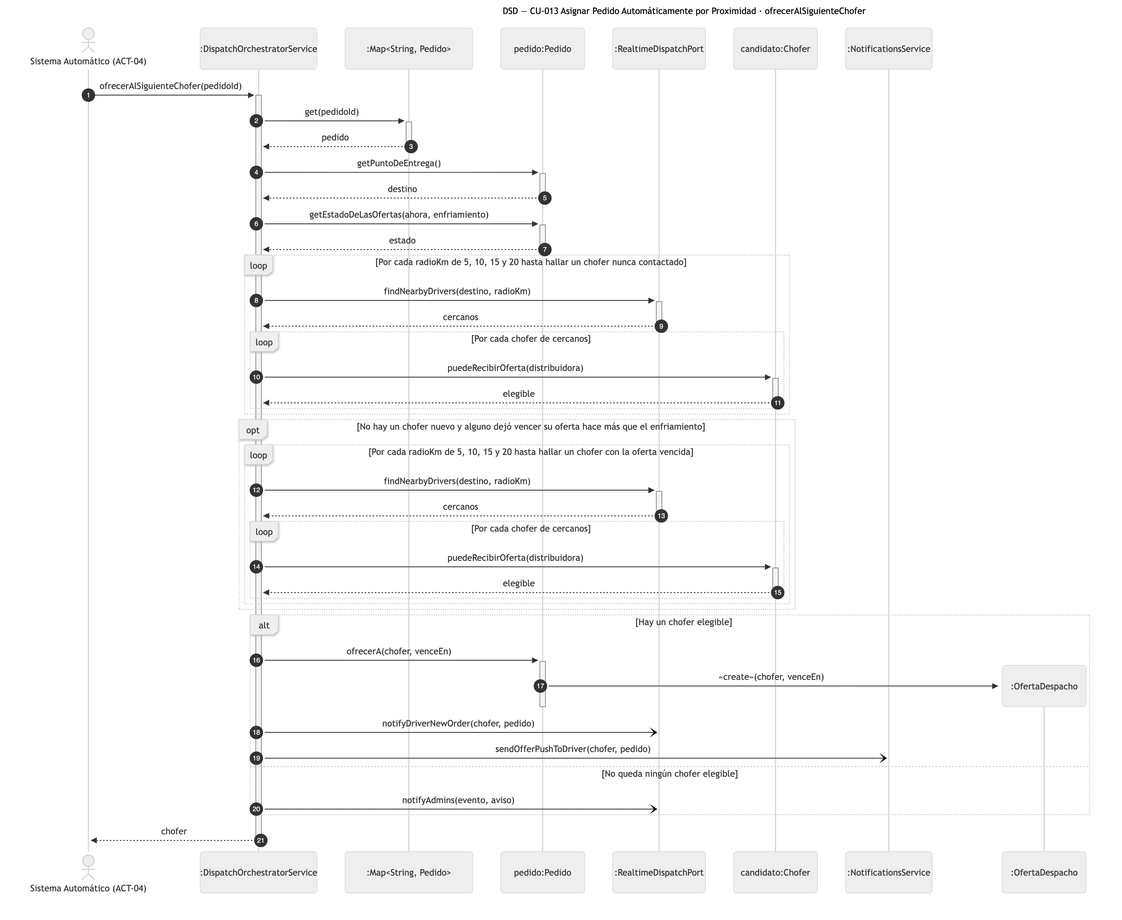
Before: diagramas/png/DSD_CU-013_ofrecerAlSiguienteChofer.png, a diagram exported from Mermaid (Nahuelito-Dev/splg-docs). Its source is kept beside it as diagramas/DSD_CU-013_ofrecerAlSiguienteChofer.mmd.
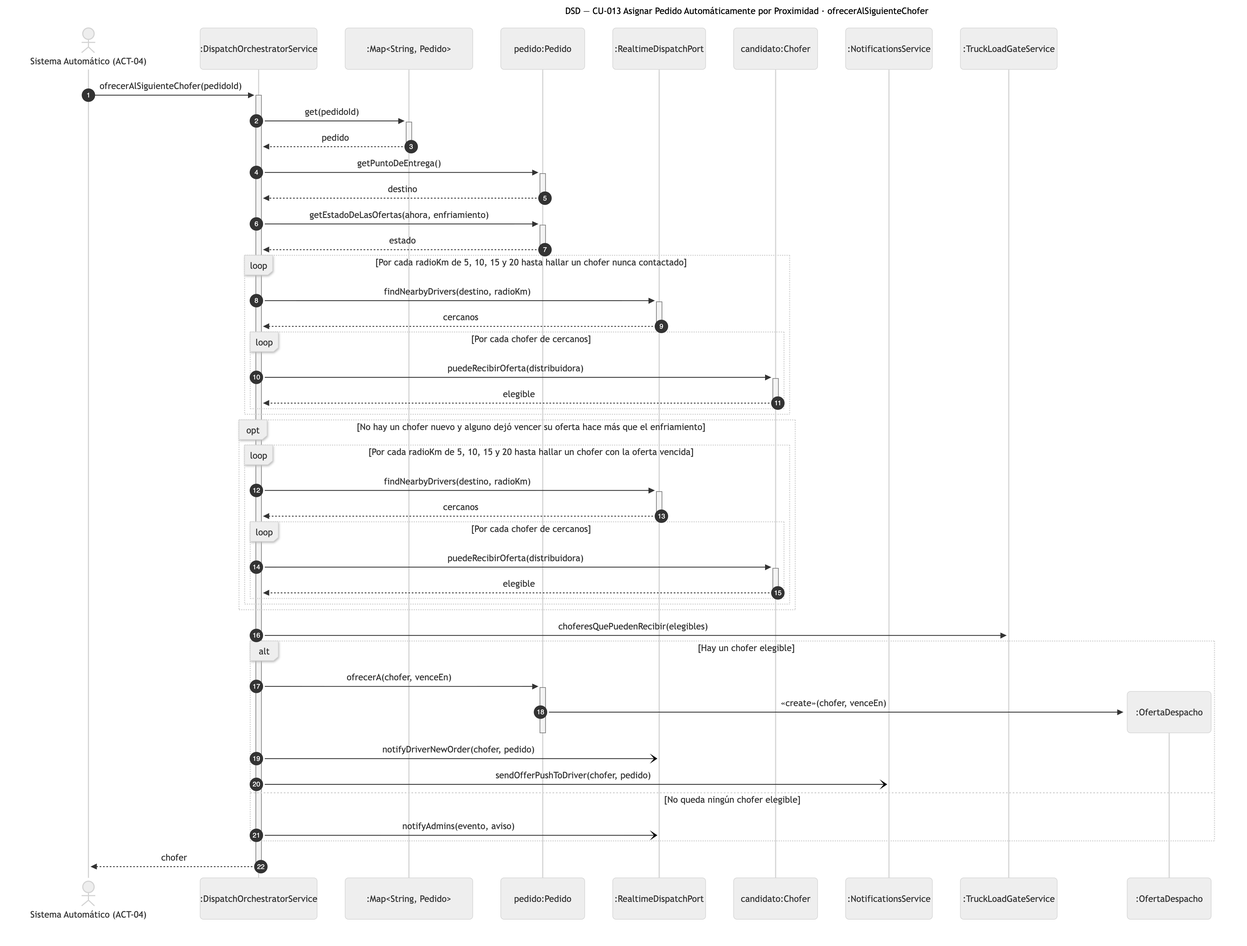
After the commit.

Change to the diagram source:
```diff
@@ -8,6 +8,7 @@
     participant RT as :RealtimeDispatchPort
     participant CHO as candidato:Chofer
     participant NOT as :NotificationsService
+    participant TLG as :TruckLoadGateService
 
     SIS->>+SRV: ofrecerAlSiguienteChofer(pedidoId)
     SRV->>+PEDS: get(pedidoId)
@@ -34,6 +35,7 @@
             end
         end
     end
+    SRV->>TLG: choferesQuePuedenRecibir(elegibles)
     alt Hay un chofer elegible
         SRV->>+PED: ofrecerA(chofer, venceEn)
         create participant OFE as :OfertaDespacho
```
